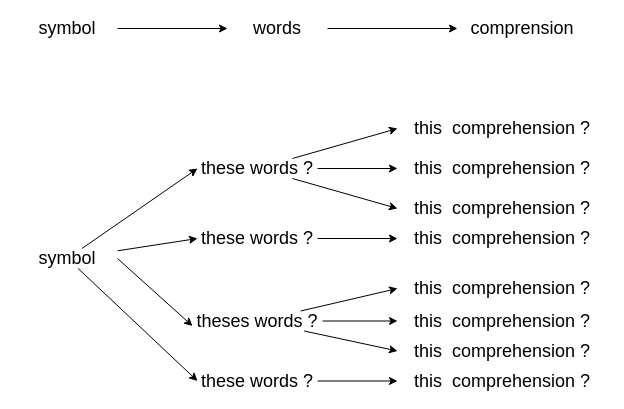
Before: page "be-direct" (1 of 2) of drawio/writing.drawio in marcdexet-cnrs/devworkshop6_some_good_practices, a draw.io diagram. Source tidied: cells renumbered, new cells numbered last; positions are measured from the earlier drawing's top-left corner, leaving out a move shared by most shapes. Both pictures are drawn from the tidied source at 100%, with x=0, y=0 at pixel (17, 18).
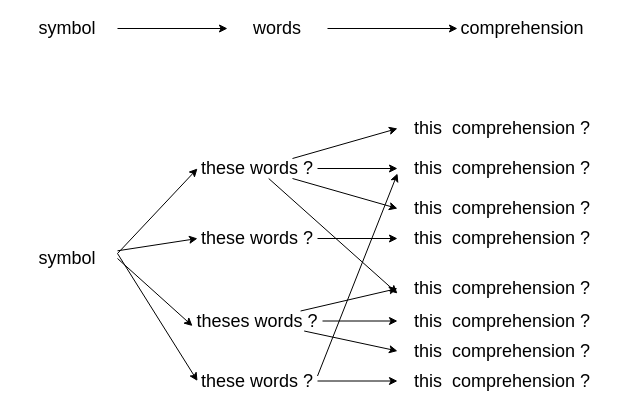
The same page after the edit.

The change refers to these unchanged cells:
```xml
<mxCell id="11" value="symbol" style="text;html=1;strokeColor=none;fillColor=none;align=center;verticalAlign=middle;whiteSpace=wrap;rounded=0;fontSize=18;" parent="1" vertex="1">
  <mxGeometry y="230" width="100" height="20" as="geometry" />
</mxCell>
<mxCell id="20" value="these words ?" style="text;html=1;strokeColor=none;fillColor=none;align=center;verticalAlign=middle;whiteSpace=wrap;rounded=0;fontSize=18;" parent="1" vertex="1">
  <mxGeometry x="180" y="352.5" width="120" height="20" as="geometry" />
</mxCell>
<mxCell id="25" value="these words ?" style="text;html=1;strokeColor=none;fillColor=none;align=center;verticalAlign=middle;whiteSpace=wrap;rounded=0;fontSize=18;" parent="1" vertex="1">
  <mxGeometry x="180" y="140" width="120" height="20" as="geometry" />
</mxCell>
<mxCell id="26" value="this&amp;nbsp; comprehension ?" style="text;html=1;strokeColor=none;fillColor=none;align=center;verticalAlign=middle;whiteSpace=wrap;rounded=0;fontSize=18;" parent="1" vertex="1">
  <mxGeometry x="380" y="140" width="210" height="20" as="geometry" />
</mxCell>
<mxCell id="29" value="this&amp;nbsp; comprehension ?" style="text;html=1;strokeColor=none;fillColor=none;align=center;verticalAlign=middle;whiteSpace=wrap;rounded=0;fontSize=18;" parent="1" vertex="1">
  <mxGeometry x="380" y="260" width="210" height="20" as="geometry" />
</mxCell>
```

Change to the diagram source:
```diff
@@
-    <mxCell id="6" value="comprension" style="text;html=1;strokeColor=none;fillColor=none;align=center;verticalAlign=middle;whiteSpace=wrap;rounded=0;fontSize=18;" parent="1" vertex="1">
+    <mxCell id="6" value="comprehension" style="text;html=1;strokeColor=none;fillColor=none;align=center;verticalAlign=middle;whiteSpace=wrap;rounded=0;fontSize=18;" parent="1" vertex="1">
       <mxGeometry x="440" width="130" height="20" as="geometry" />
     </mxCell>
@@
-    <mxCell id="9" style="edgeStyle=none;rounded=0;jettySize=auto;html=1;fontSize=18;entryX=0;entryY=0.5;entryDx=0;entryDy=0;" parent="1" edge="1" source="11" target="20">
+    <mxCell id="9" style="edgeStyle=none;rounded=0;jettySize=auto;html=1;fontSize=18;entryX=0;entryY=0.5;entryDx=0;entryDy=0;exitX=1;exitY=0.25;exitDx=0;exitDy=0;" parent="1" edge="1" source="11" target="20">
       <mxGeometry relative="1" as="geometry" />
     </mxCell>
-    <mxCell id="10" style="edgeStyle=none;rounded=0;jettySize=auto;html=1;fontSize=18;entryX=0;entryY=0.5;entryDx=0;entryDy=0;" parent="1" edge="1" source="11" target="25">
+    <mxCell id="10" style="edgeStyle=none;rounded=0;jettySize=auto;html=1;fontSize=18;entryX=0;entryY=0.5;entryDx=0;entryDy=0;exitX=1;exitY=0.25;exitDx=0;exitDy=0;" parent="1" edge="1" source="11" target="25">
       <mxGeometry relative="1" as="geometry" />
     </mxCell>
@@
+    <mxCell id="32" style="edgeStyle=none;rounded=0;jettySize=auto;html=1;entryX=0;entryY=0.75;entryDx=0;entryDy=0;exitX=1;exitY=0.25;exitDx=0;exitDy=0;" parent="1" edge="1" source="20" target="26">
+      <mxGeometry relative="1" as="geometry" />
+    </mxCell>
@@
+    <mxCell id="33" style="rounded=0;jettySize=auto;html=1;entryX=0;entryY=0.75;entryDx=0;entryDy=0;" parent="1" edge="1" source="25" target="29">
+      <mxGeometry relative="1" as="geometry" />
+    </mxCell>
```
